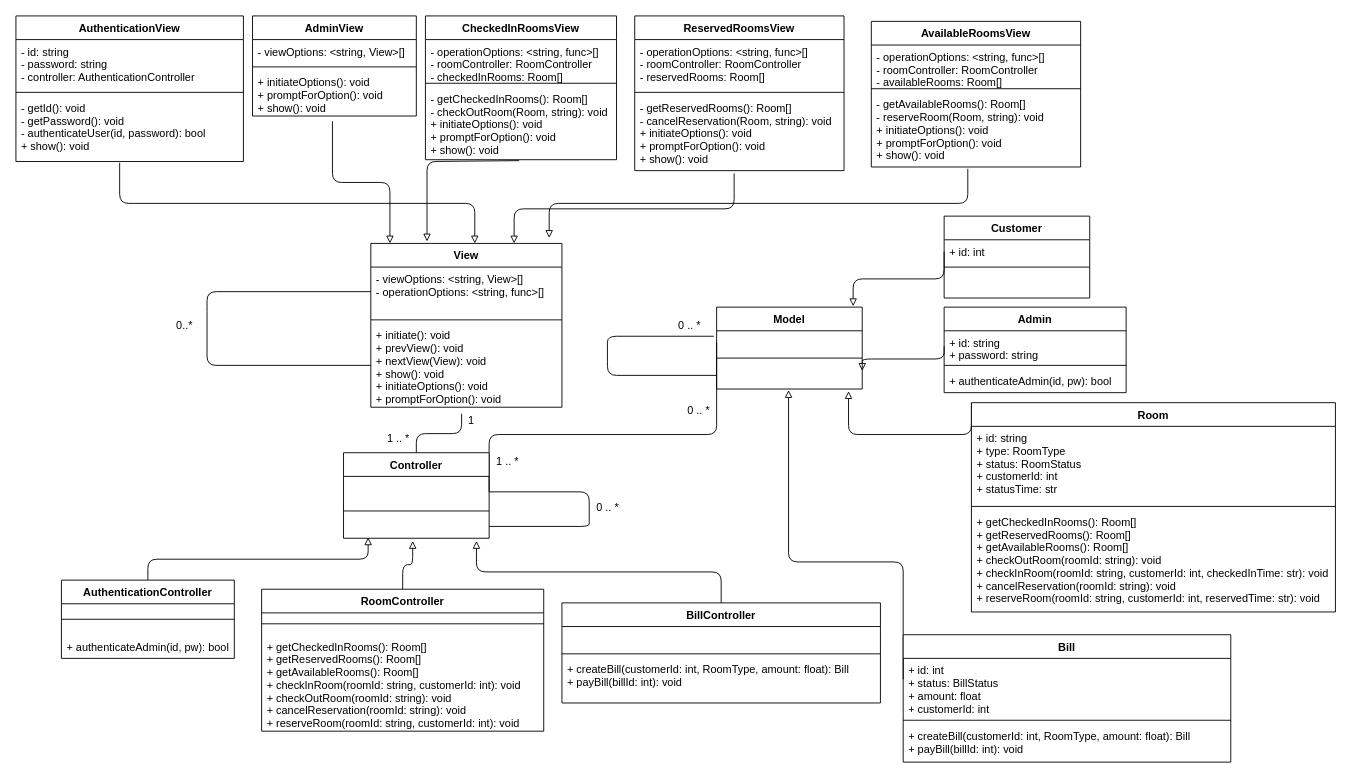
Earlier version of the draw.io diagram Diagrams/ClassDiagram/Class Diagram.drawio (mclhtay/CS4471). Source tidied: cells renumbered, new cells numbered last; positions are measured from the earlier drawing's top-left corner, leaving out a move shared by most shapes. Both pictures are drawn from the tidied source at 91%, with x=0, y=0 at pixel (15, 15).
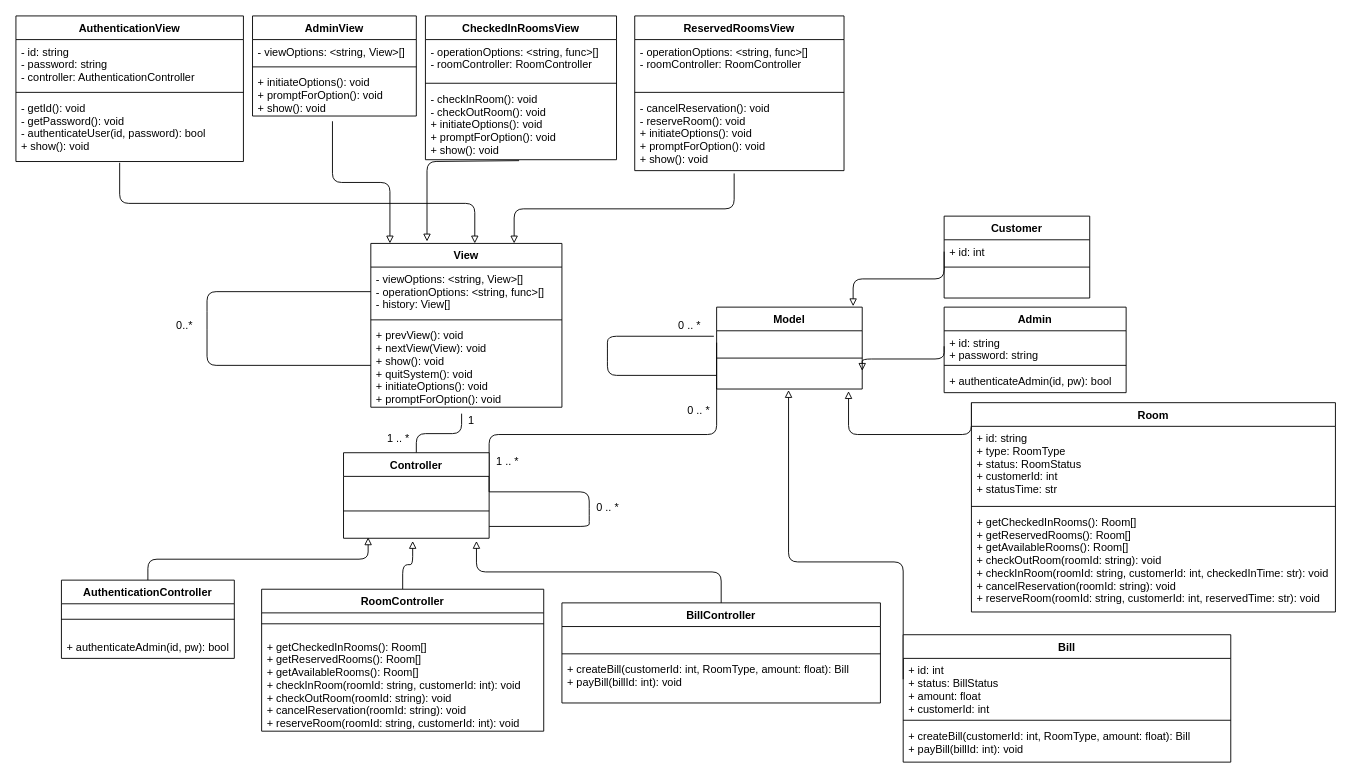
After the change.

Unchanged cells that the change refers to:
```xml
<mxCell id="21" value="View" style="swimlane;fontStyle=1;align=center;verticalAlign=top;horizontal=1;startSize=26;" parent="1" vertex="1">
  <mxGeometry x="390" y="250" width="210" height="180" as="geometry" />
</mxCell>
<mxCell id="40" value="CheckedInRoomsView" style="swimlane;fontStyle=1;align=center;verticalAlign=top;horizontal=1;startSize=26;" parent="1" vertex="1">
  <mxGeometry x="450" width="210" height="158" as="geometry" />
</mxCell>
<mxCell id="48" value="ReservedRoomsView" style="swimlane;fontStyle=1;align=center;verticalAlign=top;horizontal=1;startSize=26;" parent="1" vertex="1">
  <mxGeometry x="680" width="230" height="170" as="geometry" />
</mxCell>
```

What changed in the source:
```diff
@@
-    <mxCell id="6" style="endArrow=block;html=1;endFill=0;edgeStyle=elbowEdgeStyle;elbow=vertical;exitX=0.461;exitY=1.024;exitDx=0;exitDy=0;exitPerimeter=0;" parent="1" edge="1" source="59">
-      <mxGeometry relative="1" as="geometry">
-        <mxPoint x="586" y="244" as="targetPoint" />
-      </mxGeometry>
-    </mxCell>
@@
-    <mxCell id="22" value="- viewOptions: &lt;string, View&gt;[]&#10;- operationOptions: &lt;string, func&gt;[]" style="text;strokeColor=none;fillColor=none;align=left;verticalAlign=top;spacingLeft=4;spacingRight=4;overflow=hidden;points=[[0,0.5],[1,0.5]];portConstraint=eastwest;" parent="21" vertex="1">
+    <mxCell id="22" value="- viewOptions: &lt;string, View&gt;[]&#10;- operationOptions: &lt;string, func&gt;[]&#10;- history: View[]" style="text;strokeColor=none;fillColor=none;align=left;verticalAlign=top;spacingLeft=4;spacingRight=4;overflow=hidden;points=[[0,0.5],[1,0.5]];portConstraint=eastwest;" parent="21" vertex="1">
       <mxGeometry y="26" width="210" height="54" as="geometry" />
     </mxCell>
@@
-    <mxCell id="24" value="+ initiate(): void&#10;+ prevView(): void&#10;+ nextView(View): void&#10;+ show(): void&#10;+ initiateOptions(): void&#10;+ promptForOption(): void" style="text;strokeColor=none;fillColor=none;align=left;verticalAlign=top;spacingLeft=4;spacingRight=4;overflow=hidden;points=[[0,0.5],[1,0.5]];portConstraint=eastwest;" parent="21" vertex="1">
+    <mxCell id="24" value="+ prevView(): void&#10;+ nextView(View): void&#10;+ show(): void&#10;+ quitSystem(): void&#10;+ initiateOptions(): void&#10;+ promptForOption(): void" style="text;strokeColor=none;fillColor=none;align=left;verticalAlign=top;spacingLeft=4;spacingRight=4;overflow=hidden;points=[[0,0.5],[1,0.5]];portConstraint=eastwest;" parent="21" vertex="1">
       <mxGeometry y="88" width="210" height="92" as="geometry" />
     </mxCell>
@@
-    <mxCell id="41" value="- operationOptions: &lt;string, func&gt;[]&#10;- roomController: RoomController&#10;- checkedInRooms: Room[]" style="text;strokeColor=none;fillColor=none;align=left;verticalAlign=top;spacingLeft=4;spacingRight=4;overflow=hidden;" parent="40" vertex="1">
+    <mxCell id="41" value="- operationOptions: &lt;string, func&gt;[]&#10;- roomController: RoomController&#10;" style="text;strokeColor=none;fillColor=none;align=left;verticalAlign=top;spacingLeft=4;spacingRight=4;overflow=hidden;" parent="40" vertex="1">
       <mxGeometry y="26" width="210" height="44" as="geometry" />
     </mxCell>
@@
-    <mxCell id="43" value="- getCheckedInRooms(): Room[]&#10;- checkOutRoom(Room, string): void&#10;+ initiateOptions(): void&#10;+ promptForOption(): void&#10;+ show(): void" style="text;strokeColor=none;fillColor=none;align=left;verticalAlign=top;spacingLeft=4;spacingRight=4;overflow=hidden;points=[[0,0.5],[1,0.5]];portConstraint=eastwest;" parent="40" vertex="1">
+    <mxCell id="43" value="- checkInRoom(): void&#10;- checkOutRoom(): void&#10;+ initiateOptions(): void&#10;+ promptForOption(): void&#10;+ show(): void" style="text;strokeColor=none;fillColor=none;align=left;verticalAlign=top;spacingLeft=4;spacingRight=4;overflow=hidden;points=[[0,0.5],[1,0.5]];portConstraint=eastwest;" parent="40" vertex="1">
       <mxGeometry y="78" width="210" height="80" as="geometry" />
     </mxCell>
@@
-    <mxCell id="49" value="- operationOptions: &lt;string, func&gt;[]&#10;- roomController: RoomController&#10;- reservedRooms: Room[]" style="text;strokeColor=none;fillColor=none;align=left;verticalAlign=top;spacingLeft=4;spacingRight=4;overflow=hidden;" parent="48" vertex="1">
+    <mxCell id="49" value="- operationOptions: &lt;string, func&gt;[]&#10;- roomController: RoomController&#10;" style="text;strokeColor=none;fillColor=none;align=left;verticalAlign=top;spacingLeft=4;spacingRight=4;overflow=hidden;" parent="48" vertex="1">
       <mxGeometry y="26" width="230" height="54" as="geometry" />
     </mxCell>
@@
-    <mxCell id="51" value="- getReservedRooms(): Room[]&#10;- cancelReservation(Room, string): void&#10;+ initiateOptions(): void&#10;+ promptForOption(): void&#10;+ show(): void" style="text;strokeColor=none;fillColor=none;align=left;verticalAlign=top;spacingLeft=4;spacingRight=4;overflow=hidden;points=[[0,0.5],[1,0.5]];portConstraint=eastwest;" parent="48" vertex="1">
+    <mxCell id="51" value="- cancelReservation(): void&#10;- reserveRoom(): void&#10;+ initiateOptions(): void&#10;+ promptForOption(): void&#10;+ show(): void" style="text;strokeColor=none;fillColor=none;align=left;verticalAlign=top;spacingLeft=4;spacingRight=4;overflow=hidden;points=[[0,0.5],[1,0.5]];portConstraint=eastwest;" parent="48" vertex="1">
       <mxGeometry y="88" width="230" height="82" as="geometry" />
     </mxCell>
@@
-    <mxCell id="56" value="AvailableRoomsView" style="swimlane;fontStyle=1;align=center;verticalAlign=top;horizontal=1;startSize=26;" parent="1" vertex="1">
-      <mxGeometry x="940" y="6" width="230" height="160" as="geometry" />
-    </mxCell>
-    <mxCell id="57" value="- operationOptions: &lt;string, func&gt;[]&#10;- roomController: RoomController&#10;- availableRooms: Room[]" style="text;strokeColor=none;fillColor=none;align=left;verticalAlign=top;spacingLeft=4;spacingRight=4;overflow=hidden;" parent="56" vertex="1">
-      <mxGeometry y="26" width="230" height="44" as="geometry" />
-    </mxCell>
-    <mxCell id="58" style="line;strokeWidth=1;fillColor=none;align=left;verticalAlign=middle;spacingTop=-1;spacingLeft=3;spacingRight=3;labelPosition=right;" parent="56" vertex="1">
-      <mxGeometry y="70" width="230" height="8" as="geometry" />
-    </mxCell>
-    <mxCell id="59" value="- getAvailableRooms(): Room[]&#10;- reserveRoom(Room, string): void&#10;+ initiateOptions(): void&#10;+ promptForOption(): void&#10;+ show(): void" style="text;strokeColor=none;fillColor=none;align=left;verticalAlign=top;spacingLeft=4;spacingRight=4;overflow=hidden;points=[[0,0.5],[1,0.5]];portConstraint=eastwest;" parent="56" vertex="1">
-      <mxGeometry y="78" width="230" height="82" as="geometry" />
-    </mxCell>
```
